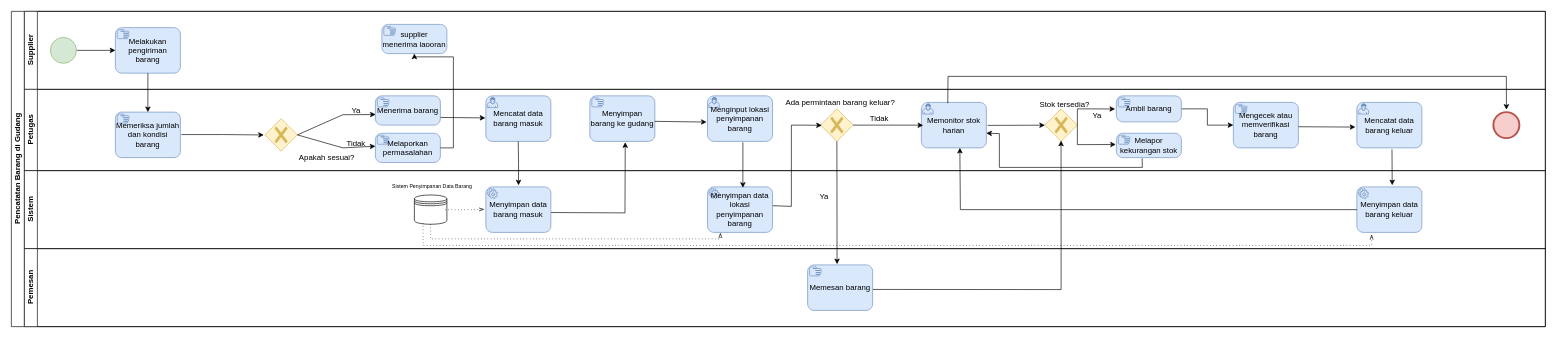
This is page "BPMN" (1 of 4) of Diagram Tanpa Judul.drawio from paizzt/news.website, a draw.io file, before an edit. Source tidied: cells renumbered, new cells numbered last; positions are measured from the earlier drawing's top-left corner, leaving out a move shared by most shapes. Both pictures are drawn from the tidied source at 65%, with x=0, y=0 at pixel (11, 11).
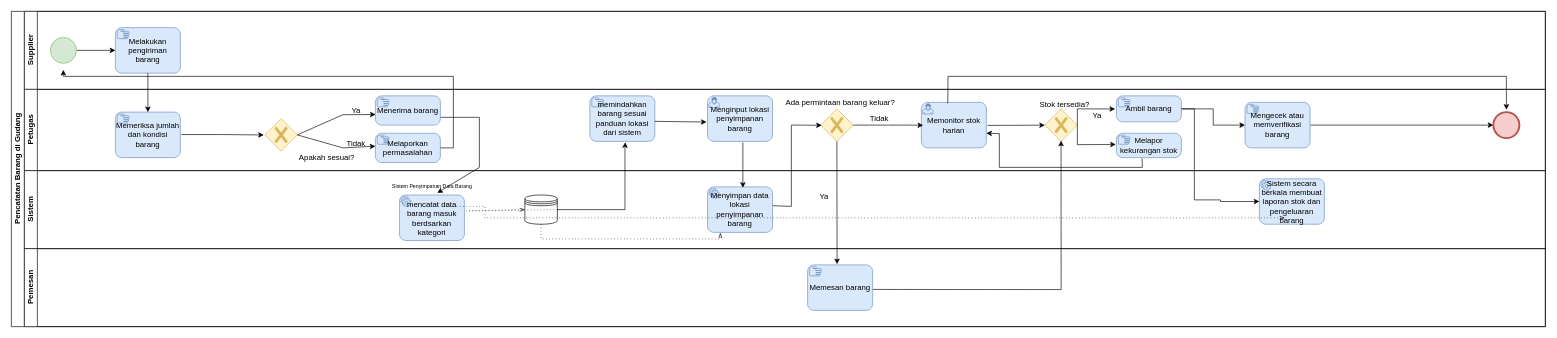
Above is the later version.

Unchanged cells that the change refers to:
```xml
<mxCell id="2" value="Pencatatan Barang di Gudang" style="swimlane;html=1;horizontal=0;startSize=20;" parent="1" vertex="1">
  <mxGeometry width="2360" height="485" as="geometry" />
</mxCell>
<mxCell id="3" value="Supplier" style="swimlane;html=1;startSize=20;horizontal=0;" parent="2" vertex="1">
  <mxGeometry x="20" width="2340" height="120" as="geometry" />
</mxCell>
<mxCell id="8" value="Petugas" style="swimlane;html=1;startSize=20;horizontal=0;" parent="2" vertex="1">
  <mxGeometry x="20" y="120" width="2340" height="125" as="geometry" />
</mxCell>
<mxCell id="17" value="Melaporkan permasalahan" style="points=[[0.25,0,0],[0.5,0,0],[0.75,0,0],[1,0.25,0],[1,0.5,0],[1,0.75,0],[0.75,1,0],[0.5,1,0],[0.25,1,0],[0,0.75,0],[0,0.5,0],[0,0.25,0]];shape=mxgraph.bpmn.task;whiteSpace=wrap;rectStyle=rounded;size=10;html=1;taskMarker=manual;fillColor=#dae8fc;strokeColor=#6c8ebf;" parent="8" vertex="1">
  <mxGeometry x="540" y="67.5" width="100" height="45" as="geometry" />
</mxCell>
<mxCell id="23" value="Memonitor stok harian" style="points=[[0.25,0,0],[0.5,0,0],[0.75,0,0],[1,0.25,0],[1,0.5,0],[1,0.75,0],[0.75,1,0],[0.5,1,0],[0.25,1,0],[0,0.75,0],[0,0.5,0],[0,0.25,0]];shape=mxgraph.bpmn.task;whiteSpace=wrap;rectStyle=rounded;size=10;html=1;taskMarker=user;fillColor=#dae8fc;strokeColor=#6c8ebf;" parent="8" vertex="1">
  <mxGeometry x="1380" y="20" width="100" height="70" as="geometry" />
</mxCell>
<mxCell id="31" value="Ambil barang" style="points=[[0.25,0,0],[0.5,0,0],[0.75,0,0],[1,0.25,0],[1,0.5,0],[1,0.75,0],[0.75,1,0],[0.5,1,0],[0.25,1,0],[0,0.75,0],[0,0.5,0],[0,0.25,0]];shape=mxgraph.bpmn.task;whiteSpace=wrap;rectStyle=rounded;size=10;html=1;taskMarker=manual;fillColor=#dae8fc;strokeColor=#6c8ebf;" parent="8" vertex="1">
  <mxGeometry x="1680" y="10" width="100" height="40" as="geometry" />
</mxCell>
<mxCell id="40" style="points=[[0.145,0.145,0],[0.5,0,0],[0.855,0.145,0],[1,0.5,0],[0.855,0.855,0],[0.5,1,0],[0.145,0.855,0],[0,0.5,0]];shape=mxgraph.bpmn.event;html=1;verticalLabelPosition=bottom;labelBackgroundColor=#ffffff;verticalAlign=top;align=center;perimeter=ellipsePerimeter;outlineConnect=0;outline=end;symbol=terminate2;fillColor=#f8cecc;strokeColor=#b85450;" parent="8" vertex="1">
  <mxGeometry x="2260" y="35" width="40" height="40" as="geometry" />
</mxCell>
<mxCell id="42" value="Sistem" style="swimlane;html=1;startSize=20;horizontal=0;" parent="2" vertex="1">
  <mxGeometry x="20" y="245" width="2340" height="120" as="geometry" />
</mxCell>
<mxCell id="46" value="&lt;font style=&quot;font-size: 8px;&quot;&gt;Sistem Penyimpanan Data Barang&lt;/font&gt;" style="text;html=1;align=center;verticalAlign=middle;points=[];strokeColor=none;fillColor=none;" parent="42" vertex="1">
  <mxGeometry x="552" y="7.5" width="150" height="30" as="geometry" />
</mxCell>
```

What changed in the source:
```diff
@@
-    <mxCell id="7" value="supplier menerima laooran" style="points=[[0.25,0,0],[0.5,0,0],[0.75,0,0],[1,0.25,0],[1,0.5,0],[1,0.75,0],[0.75,1,0],[0.5,1,0],[0.25,1,0],[0,0.75,0],[0,0.5,0],[0,0.25,0]];shape=mxgraph.bpmn.task;whiteSpace=wrap;rectStyle=rounded;size=10;html=1;taskMarker=manual;fillColor=#dae8fc;strokeColor=#6c8ebf;" parent="3" vertex="1">
-      <mxGeometry x="550" y="20" width="100" height="45" as="geometry" />
-    </mxCell>
@@
-    <mxCell id="14" style="endArrow=classic;html=1;rounded=0;entryX=-0.01;entryY=0.398;entryDx=0;entryDy=0;exitX=1.01;exitY=0.574;exitDx=0;exitDy=0;exitPerimeter=0;entryPerimeter=0;" parent="8" edge="1">
+    <mxCell id="14" style="endArrow=classic;html=1;rounded=0;entryX=0.555;entryY=0.894;entryDx=0;entryDy=0;exitX=1.01;exitY=0.574;exitDx=0;exitDy=0;exitPerimeter=0;entryPerimeter=0;" parent="8" edge="1" target="46">
       <mxGeometry relative="1" as="geometry">
         <mxPoint x="620.8" y="43" as="sourcePoint" />
-        <mxPoint x="709.2" y="43.9" as="targetPoint" />
+        <Array as="points">
+          <mxPoint x="700" y="43" />
+          <mxPoint x="700" y="120" />
+        </Array>
       </mxGeometry>
     </mxCell>
@@
-    <mxCell id="18" value="Mencatat data barang masuk" style="shape=mxgraph.bpmn.task;whiteSpace=wrap;rectStyle=rounded;size=10;html=1;taskMarker=user;fillColor=#dae8fc;strokeColor=#6c8ebf;" parent="8" vertex="1">
-      <mxGeometry x="710" y="10" width="100" height="70" as="geometry" />
-    </mxCell>
-    <mxCell id="19" style="edgeStyle=orthogonalEdgeStyle;rounded=0;jettySize=auto;html=1;entryX=0.502;entryY=-0.034;entryDx=0;entryDy=0;entryPerimeter=0;" parent="8" edge="1" target="43">
-      <mxGeometry relative="1" as="geometry">
-        <mxPoint x="759.8" y="80" as="sourcePoint" />
-      </mxGeometry>
-    </mxCell>
-    <mxCell id="20" value="Menyimpan barang ke gudang" style="points=[[0.25,0,0],[0.5,0,0],[0.75,0,0],[1,0.25,0],[1,0.5,0],[1,0.75,0],[0.75,1,0],[0.5,1,0],[0.25,1,0],[0,0.75,0],[0,0.5,0],[0,0.25,0]];shape=mxgraph.bpmn.task;whiteSpace=wrap;rectStyle=rounded;size=10;html=1;taskMarker=manual;fillColor=#dae8fc;strokeColor=#6c8ebf;" parent="8" vertex="1">
+    <mxCell id="20" value="memindahkan barang sesuai panduan lokasi dari sistem" style="points=[[0.25,0,0],[0.5,0,0],[0.75,0,0],[1,0.25,0],[1,0.5,0],[1,0.75,0],[0.75,1,0],[0.5,1,0],[0.25,1,0],[0,0.75,0],[0,0.5,0],[0,0.25,0]];shape=mxgraph.bpmn.task;whiteSpace=wrap;rectStyle=rounded;size=10;html=1;taskMarker=manual;fillColor=#dae8fc;strokeColor=#6c8ebf;" parent="8" vertex="1">
       <mxGeometry x="870" y="10" width="100" height="70" as="geometry" />
     </mxCell>
@@
+    <mxCell id="66" style="edgeStyle=orthogonalEdgeStyle;rounded=0;jettySize=auto;html=1;" parent="8" edge="1" source="37" target="40">
+      <mxGeometry relative="1" as="geometry" />
+    </mxCell>
     <mxCell id="37" value="Mengecek atau memverifikasi barang" style="points=[[0.25,0,0],[0.5,0,0],[0.75,0,0],[1,0.25,0],[1,0.5,0],[1,0.75,0],[0.75,1,0],[0.5,1,0],[0.25,1,0],[0,0.75,0],[0,0.5,0],[0,0.25,0]];shape=mxgraph.bpmn.task;whiteSpace=wrap;rectStyle=rounded;size=10;html=1;taskMarker=manual;fillColor=#dae8fc;strokeColor=#6c8ebf;" parent="8" vertex="1">
-      <mxGeometry x="1860" y="20" width="100" height="70" as="geometry" />
+      <mxGeometry x="1878" y="20" width="100" height="70" as="geometry" />
     </mxCell>
-    <mxCell id="38" value="Mencatat data barang keluar" style="points=[[0.25,0,0],[0.5,0,0],[0.75,0,0],[1,0.25,0],[1,0.5,0],[1,0.75,0],[0.75,1,0],[0.5,1,0],[0.25,1,0],[0,0.75,0],[0,0.5,0],[0,0.25,0]];shape=mxgraph.bpmn.task;whiteSpace=wrap;rectStyle=rounded;size=10;html=1;taskMarker=user;fillColor=#dae8fc;strokeColor=#6c8ebf;" parent="8" vertex="1">
-      <mxGeometry x="2050" y="20" width="100" height="70" as="geometry" />
-    </mxCell>
-    <mxCell id="39" style="endArrow=classic;html=1;rounded=0;entryX=-0.023;entryY=0.543;entryDx=0;entryDy=0;entryPerimeter=0;" parent="8" edge="1" target="38">
-      <mxGeometry relative="1" as="geometry">
-        <mxPoint x="1960" y="57.5" as="sourcePoint" />
-      </mxGeometry>
-    </mxCell>
@@
-    <mxCell id="43" value="Menyimpan data barang masuk" style="points=[[0.25,0,0],[0.5,0,0],[0.75,0,0],[1,0.25,0],[1,0.5,0],[1,0.75,0],[0.75,1,0],[0.5,1,0],[0.25,1,0],[0,0.75,0],[0,0.5,0],[0,0.25,0]];shape=mxgraph.bpmn.task;whiteSpace=wrap;rectStyle=rounded;size=10;html=1;taskMarker=service;fillColor=#dae8fc;strokeColor=#6c8ebf;" parent="42" vertex="1">
-      <mxGeometry x="710" y="25" width="100" height="70" as="geometry" />
-    </mxCell>
     <mxCell id="44" style="shape=datastore;html=1;labelPosition=center;verticalLabelPosition=bottom;align=center;verticalAlign=top;" parent="42" vertex="1">
-      <mxGeometry x="600" y="37.5" width="50" height="45" as="geometry" />
+      <mxGeometry x="770" y="37.5" width="50" height="45" as="geometry" />
     </mxCell>
-    <mxCell id="45" style="edgeStyle=elbowEdgeStyle;fontSize=12;html=1;endFill=0;startFill=0;endSize=6;startSize=6;dashed=1;dashPattern=1 4;endArrow=openThin;startArrow=none;rounded=0;entryX=-0.025;entryY=0.494;entryDx=0;entryDy=0;entryPerimeter=0;exitX=0.942;exitY=0.503;exitDx=0;exitDy=0;exitPerimeter=0;" parent="42" edge="1" source="44" target="43">
+    <mxCell id="45" style="edgeStyle=elbowEdgeStyle;fontSize=12;html=1;endFill=0;startFill=0;endSize=6;startSize=6;dashed=1;dashPattern=1 4;endArrow=openThin;startArrow=none;rounded=0;entryX=0;entryY=0.5;entryDx=0;entryDy=0;exitX=1;exitY=0.5;exitDx=0;exitDy=0;" parent="42" edge="1" source="44" target="44">
       <mxGeometry relative="1" as="geometry">
         <Array as="points">
           <mxPoint x="680" y="62" />
         </Array>
       </mxGeometry>
     </mxCell>
@@
-    <mxCell id="49" value="Menyimpan data barang keluar" style="points=[[0.25,0,0],[0.5,0,0],[0.75,0,0],[1,0.25,0],[1,0.5,0],[1,0.75,0],[0.75,1,0],[0.5,1,0],[0.25,1,0],[0,0.75,0],[0,0.5,0],[0,0.25,0]];shape=mxgraph.bpmn.task;whiteSpace=wrap;rectStyle=rounded;size=10;html=1;taskMarker=service;fillColor=#dae8fc;strokeColor=#6c8ebf;" parent="42" vertex="1">
-      <mxGeometry x="2050" y="25" width="100" height="70" as="geometry" />
-    </mxCell>
@@
+    <mxCell id="67" value="mencatat data barang masuk berdsarkan kategori" style="shape=mxgraph.bpmn.task;whiteSpace=wrap;rectStyle=rounded;size=10;html=1;taskMarker=service;fillColor=#dae8fc;strokeColor=#6c8ebf;" parent="42" vertex="1">
+      <mxGeometry x="577" y="37.5" width="100" height="70" as="geometry" />
+    </mxCell>
+    <mxCell id="68" value="Sistem secara berkala membuat laporan stok dan pengeluaran barang" style="points=[[0.25,0,0],[0.5,0,0],[0.75,0,0],[1,0.25,0],[1,0.5,0],[1,0.75,0],[0.75,1,0],[0.5,1,0],[0.25,1,0],[0,0.75,0],[0,0.5,0],[0,0.25,0]];shape=mxgraph.bpmn.task;whiteSpace=wrap;rectStyle=rounded;size=10;html=1;taskMarker=service;fillColor=#dae8fc;strokeColor=#6c8ebf;" parent="42" vertex="1">
+      <mxGeometry x="1900" y="12.5" width="100" height="70" as="geometry" />
+    </mxCell>
-    <mxCell id="51" style="edgeStyle=elbowEdgeStyle;fontSize=12;html=1;endFill=0;startFill=0;endSize=6;startSize=6;dashed=1;dashPattern=1 4;endArrow=openThin;startArrow=none;rounded=0;exitX=0.268;exitY=0.959;exitDx=0;exitDy=0;exitPerimeter=0;entryX=0.227;entryY=1.046;entryDx=0;entryDy=0;entryPerimeter=0;" parent="42" edge="1" source="44" target="49">
+    <mxCell id="51" style="edgeStyle=elbowEdgeStyle;fontSize=12;html=1;endFill=0;startFill=0;endSize=6;startSize=6;dashed=1;dashPattern=1 4;endArrow=openThin;startArrow=none;rounded=0;exitX=0.268;exitY=0.959;exitDx=0;exitDy=0;exitPerimeter=0;entryX=0.227;entryY=1.046;entryDx=0;entryDy=0;entryPerimeter=0;" parent="68" edge="1">
       <mxGeometry relative="1" as="geometry">
+        <mxPoint x="-1250" y="42.5" as="sourcePoint" />
+        <mxPoint x="39.3" y="60.1" as="targetPoint" />
         <Array as="points">
-          <mxPoint x="842" y="115" />
+          <mxPoint x="-1191.4" y="76.8" />
         </Array>
       </mxGeometry>
     </mxCell>
@@
-    <mxCell id="54" style="endArrow=classic;html=1;rounded=0;entryX=0.544;entryY=1.019;entryDx=0;entryDy=0;entryPerimeter=0;exitX=1.004;exitY=0.564;exitDx=0;exitDy=0;exitPerimeter=0;" parent="2" edge="1" source="43" target="20">
+    <mxCell id="54" style="endArrow=classic;html=1;rounded=0;entryX=0.544;entryY=1.019;entryDx=0;entryDy=0;entryPerimeter=0;exitX=1;exitY=0.5;exitDx=0;exitDy=0;" parent="2" edge="1" source="44" target="20">
       <mxGeometry relative="1" as="geometry">
         <Array as="points">
-          <mxPoint x="944" y="310" />
+          <mxPoint x="944" y="305" />
+          <mxPoint x="944" y="210" />
         </Array>
       </mxGeometry>
     </mxCell>
@@
-    <mxCell id="58" style="endArrow=classic;html=1;rounded=0;exitX=0.54;exitY=1.032;exitDx=0;exitDy=0;exitPerimeter=0;entryX=0.544;entryY=-0.036;entryDx=0;entryDy=0;entryPerimeter=0;" parent="2" edge="1" source="38" target="49">
-      <mxGeometry relative="1" as="geometry" />
-    </mxCell>
-    <mxCell id="59" style="endArrow=classic;html=1;rounded=0;exitX=0;exitY=0.5;exitDx=0;exitDy=0;exitPerimeter=0;entryX=0.592;entryY=0.999;entryDx=0;entryDy=0;entryPerimeter=0;" parent="2" edge="1" source="49" target="23">
-      <mxGeometry relative="1" as="geometry">
-        <Array as="points">
-          <mxPoint x="1460" y="305" />
-        </Array>
-      </mxGeometry>
-    </mxCell>
@@
-    <mxCell id="62" style="edgeStyle=orthogonalEdgeStyle;rounded=0;jettySize=auto;html=1;entryX=0.5;entryY=1;entryDx=0;entryDy=0;entryPerimeter=0;" parent="2" edge="1" source="17" target="7">
+    <mxCell id="62" style="edgeStyle=orthogonalEdgeStyle;rounded=0;jettySize=auto;html=1;" parent="2" edge="1" source="17">
       <mxGeometry relative="1" as="geometry">
+        <mxPoint x="80" y="90" as="targetPoint" />
         <Array as="points">
           <mxPoint x="680" y="210" />
-          <mxPoint x="680" y="70" />
-          <mxPoint x="620" y="70" />
+          <mxPoint x="680" y="100" />
+          <mxPoint x="80" y="100" />
         </Array>
       </mxGeometry>
     </mxCell>
+    <mxCell id="69" style="edgeStyle=orthogonalEdgeStyle;rounded=0;jettySize=auto;html=1;entryX=0;entryY=0.5;entryDx=0;entryDy=0;entryPerimeter=0;" parent="2" edge="1" source="31" target="68">
+      <mxGeometry relative="1" as="geometry">
+        <Array as="points">
+          <mxPoint x="1820" y="150" />
+          <mxPoint x="1820" y="290" />
+          <mxPoint x="1860" y="290" />
+          <mxPoint x="1860" y="292" />
+        </Array>
+      </mxGeometry>
+    </mxCell>
```
